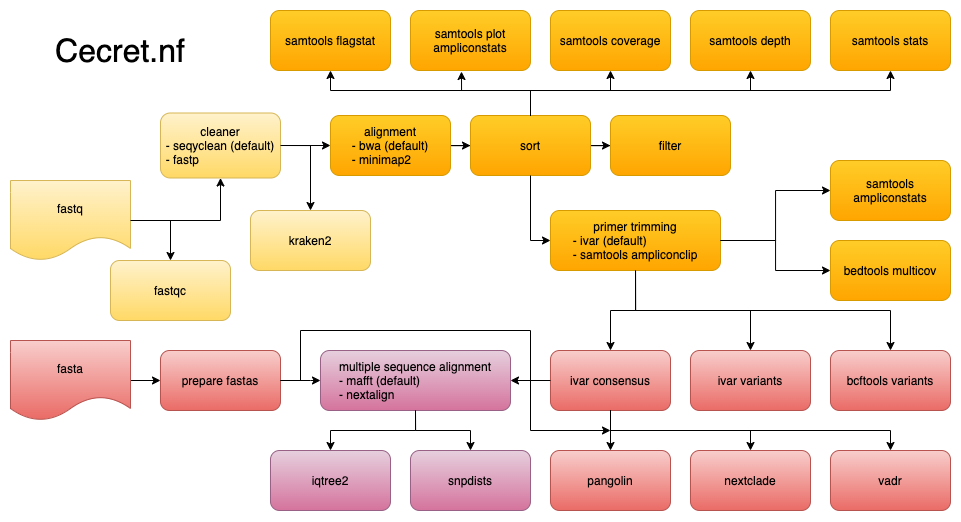
Before: images/Cecret_DAG.drawio.png, a diagram exported from draw.io (UPHL-BioNGS/Cecret). Source tidied: cells renumbered, new cells last; positions are measured from the earlier drawing's top-left corner, leaving out a move shared by most shapes.
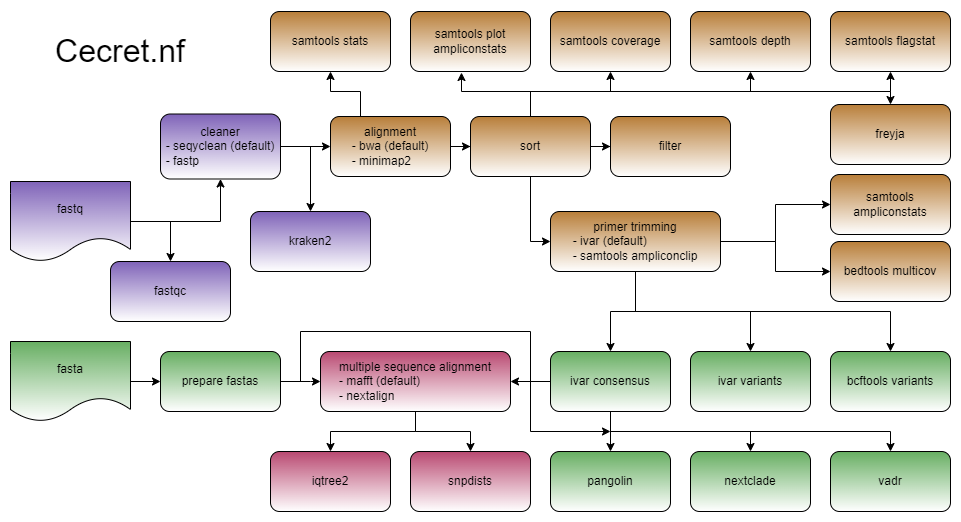
Above is the later version.

Change to the diagram source:
```diff
@@ -5,100 +5,100 @@
     <mxCell id="2" style="edgeStyle=orthogonalEdgeStyle;rounded=0;jettySize=auto;html=1;sketch=0;" parent="1" edge="1" source="3" target="5">
       <mxGeometry relative="1" as="geometry" />
     </mxCell>
-    <mxCell id="3" value="fastq" style="shape=document;whiteSpace=wrap;html=1;boundedLbl=1;strokeColor=#d6b656;fillColor=#fff2cc;gradientColor=#ffd966;sketch=0;" parent="1" vertex="1">
+    <mxCell id="3" value="fastq" style="shape=document;whiteSpace=wrap;html=1;boundedLbl=1;strokeColor=#000000;fillColor=#7f63b8;sketch=0;gradientColor=#FFFFFF;" parent="1" vertex="1">
       <mxGeometry y="170" width="120" height="80" as="geometry" />
     </mxCell>
     <mxCell id="4" style="edgeStyle=orthogonalEdgeStyle;rounded=0;jettySize=auto;html=1;sketch=0;" parent="1" edge="1" source="5" target="7">
       <mxGeometry relative="1" as="geometry" />
     </mxCell>
-    <mxCell id="5" value="cleaner&lt;br style=&quot;font-size: 12px&quot;&gt;&lt;div style=&quot;text-align: left&quot;&gt;&lt;span&gt;- seqyclean (default)&lt;/span&gt;&lt;/div&gt;&lt;div style=&quot;text-align: left&quot;&gt;&lt;span&gt;- fastp&lt;/span&gt;&lt;/div&gt;" style="rounded=1;whiteSpace=wrap;html=1;fontSize=12;fillColor=#fff2cc;strokeColor=#d6b656;gradientColor=#ffd966;glass=0;sketch=0;shadow=0;" parent="1" vertex="1">
+    <mxCell id="5" value="cleaner&lt;br style=&quot;font-size: 12px&quot;&gt;&lt;div style=&quot;text-align: left&quot;&gt;&lt;span&gt;- seqyclean (default)&lt;/span&gt;&lt;/div&gt;&lt;div style=&quot;text-align: left&quot;&gt;&lt;span&gt;- fastp&lt;/span&gt;&lt;/div&gt;" style="rounded=1;whiteSpace=wrap;html=1;fontSize=12;fillColor=#7f63b8;strokeColor=#000000;glass=0;sketch=0;shadow=0;gradientColor=#FFFFFF;" parent="1" vertex="1">
       <mxGeometry x="150" y="102.5" width="120" height="65" as="geometry" />
     </mxCell>
     <mxCell id="6" style="edgeStyle=orthogonalEdgeStyle;rounded=0;jettySize=auto;html=1;fontSize=20;sketch=0;" parent="1" edge="1" source="7" target="14">
       <mxGeometry relative="1" as="geometry" />
     </mxCell>
-    <mxCell id="7" value="alignment&lt;br&gt;&lt;div style=&quot;text-align: left&quot;&gt;&lt;span&gt;- bwa (default)&lt;/span&gt;&lt;/div&gt;&lt;div style=&quot;text-align: left&quot;&gt;&lt;span&gt;- minimap2&lt;/span&gt;&lt;/div&gt;" style="rounded=1;whiteSpace=wrap;html=1;fillColor=#ffcd28;strokeColor=#d79b00;gradientColor=#ffa500;glass=0;sketch=0;shadow=0;" parent="1" vertex="1">
+    <mxCell id="7" value="alignment&lt;br&gt;&lt;div style=&quot;text-align: left&quot;&gt;&lt;span&gt;- bwa (default)&lt;/span&gt;&lt;/div&gt;&lt;div style=&quot;text-align: left&quot;&gt;&lt;span&gt;- minimap2&lt;/span&gt;&lt;/div&gt;" style="rounded=1;whiteSpace=wrap;html=1;fillColor=#b87e39;strokeColor=#000000;glass=0;sketch=0;shadow=0;gradientColor=#FFFFFF;" parent="1" vertex="1">
       <mxGeometry x="320" y="105" width="120" height="60" as="geometry" />
     </mxCell>
     <mxCell id="8" style="edgeStyle=orthogonalEdgeStyle;rounded=0;jettySize=auto;html=1;sketch=0;" parent="1" edge="1" source="9" target="10">
       <mxGeometry relative="1" as="geometry" />
     </mxCell>
-    <mxCell id="9" value="fasta" style="shape=document;whiteSpace=wrap;html=1;boundedLbl=1;fillColor=#f8cecc;strokeColor=#b85450;gradientColor=#ea6b66;sketch=0;" parent="1" vertex="1">
+    <mxCell id="9" value="fasta" style="shape=document;whiteSpace=wrap;html=1;boundedLbl=1;fillColor=#67ae62;strokeColor=#000000;sketch=0;gradientColor=#FFFFFF;" parent="1" vertex="1">
       <mxGeometry y="330" width="120" height="80" as="geometry" />
     </mxCell>
-    <mxCell id="10" value="prepare fastas" style="whiteSpace=wrap;html=1;fillColor=#f8cecc;strokeColor=#b85450;gradientColor=#ea6b66;sketch=0;rounded=1;glass=0;shadow=0;" parent="1" vertex="1">
+    <mxCell id="10" value="prepare fastas" style="whiteSpace=wrap;html=1;fillColor=#67ae62;strokeColor=#000000;sketch=0;rounded=1;glass=0;shadow=0;gradientColor=#FFFFFF;" parent="1" vertex="1">
       <mxGeometry x="150" y="340" width="120" height="60" as="geometry" />
     </mxCell>
     <mxCell id="11" value="Cecret.nf" style="text;html=1;strokeColor=none;fillColor=none;align=center;verticalAlign=middle;whiteSpace=wrap;rounded=0;fontSize=32;sketch=0;strokeWidth=2;" parent="1" vertex="1">
       <mxGeometry x="30" width="160" height="80" as="geometry" />
     </mxCell>
-    <mxCell id="12" value="fastqc" style="rounded=1;whiteSpace=wrap;html=1;fontSize=12;fillColor=#fff2cc;strokeColor=#d6b656;gradientColor=#ffd966;glass=0;sketch=0;shadow=0;" parent="1" vertex="1">
+    <mxCell id="12" value="fastqc" style="rounded=1;whiteSpace=wrap;html=1;fontSize=12;fillColor=#7f63b8;strokeColor=#000000;glass=0;sketch=0;shadow=0;gradientColor=#FFFFFF;" parent="1" vertex="1">
       <mxGeometry x="100" y="250" width="120" height="60" as="geometry" />
     </mxCell>
     <mxCell id="13" style="edgeStyle=orthogonalEdgeStyle;rounded=0;jettySize=auto;html=1;fontSize=20;sketch=0;" parent="1" edge="1" source="14" target="15">
       <mxGeometry relative="1" as="geometry" />
     </mxCell>
-    <mxCell id="14" value="sort" style="whiteSpace=wrap;html=1;rounded=1;fillColor=#ffcd28;strokeColor=#d79b00;gradientColor=#ffa500;glass=0;sketch=0;shadow=0;" parent="1" vertex="1">
+    <mxCell id="14" value="sort" style="whiteSpace=wrap;html=1;rounded=1;fillColor=#b87e39;strokeColor=#000000;glass=0;sketch=0;shadow=0;gradientColor=#FFFFFF;" parent="1" vertex="1">
       <mxGeometry x="460" y="105" width="120" height="60" as="geometry" />
     </mxCell>
-    <mxCell id="15" value="filter" style="whiteSpace=wrap;html=1;rounded=1;fillColor=#ffcd28;strokeColor=#d79b00;gradientColor=#ffa500;glass=0;sketch=0;shadow=0;" parent="1" vertex="1">
+    <mxCell id="15" value="filter" style="whiteSpace=wrap;html=1;rounded=1;fillColor=#b87e39;strokeColor=#000000;glass=0;sketch=0;shadow=0;gradientColor=#FFFFFF;" parent="1" vertex="1">
       <mxGeometry x="600" y="105" width="120" height="60" as="geometry" />
     </mxCell>
     <mxCell id="16" style="edgeStyle=orthogonalEdgeStyle;rounded=0;jettySize=auto;html=1;fontSize=20;entryX=0.5;entryY=0;entryDx=0;entryDy=0;sketch=0;" parent="1" edge="1" source="17" target="18">
       <mxGeometry relative="1" as="geometry" />
     </mxCell>
-    <mxCell id="17" value="primer trimming&lt;br style=&quot;font-size: 12px&quot;&gt;&lt;div style=&quot;text-align: left&quot;&gt;&lt;span&gt;- ivar (default)&lt;/span&gt;&lt;/div&gt;&lt;div style=&quot;text-align: left&quot;&gt;&lt;span&gt;- samtools ampliconclip&lt;/span&gt;&lt;/div&gt;" style="rounded=1;whiteSpace=wrap;html=1;fontSize=12;fillColor=#ffcd28;strokeColor=#d79b00;gradientColor=#ffa500;glass=0;sketch=0;shadow=0;" parent="1" vertex="1">
+    <mxCell id="17" value="primer trimming&lt;br style=&quot;font-size: 12px&quot;&gt;&lt;div style=&quot;text-align: left&quot;&gt;&lt;span&gt;- ivar (default)&lt;/span&gt;&lt;/div&gt;&lt;div style=&quot;text-align: left&quot;&gt;&lt;span&gt;- samtools ampliconclip&lt;/span&gt;&lt;/div&gt;" style="rounded=1;whiteSpace=wrap;html=1;fontSize=12;fillColor=#b87e39;strokeColor=#000000;glass=0;sketch=0;shadow=0;gradientColor=#FFFFFF;" parent="1" vertex="1">
       <mxGeometry x="540" y="200" width="170" height="60" as="geometry" />
     </mxCell>
-    <mxCell id="18" value="ivar variants" style="whiteSpace=wrap;html=1;rounded=1;fontSize=12;fillColor=#f8cecc;strokeColor=#b85450;gradientColor=#ea6b66;glass=0;sketch=0;shadow=0;" parent="1" vertex="1">
+    <mxCell id="18" value="ivar variants" style="whiteSpace=wrap;html=1;rounded=1;fontSize=12;fillColor=#67ae62;strokeColor=#000000;glass=0;sketch=0;shadow=0;gradientColor=#FFFFFF;" parent="1" vertex="1">
       <mxGeometry x="680" y="340" width="120" height="60" as="geometry" />
     </mxCell>
-    <mxCell id="19" value="ivar consensus" style="whiteSpace=wrap;html=1;rounded=1;fontSize=12;fillColor=#f8cecc;strokeColor=#b85450;gradientColor=#ea6b66;glass=0;sketch=0;shadow=0;" parent="1" vertex="1">
+    <mxCell id="19" value="ivar consensus" style="whiteSpace=wrap;html=1;rounded=1;fontSize=12;fillColor=#67ae62;strokeColor=#000000;glass=0;sketch=0;shadow=0;gradientColor=#FFFFFF;" parent="1" vertex="1">
       <mxGeometry x="540" y="340" width="120" height="60" as="geometry" />
     </mxCell>
-    <mxCell id="20" value="bcftools variants" style="whiteSpace=wrap;html=1;rounded=1;fontSize=12;fillColor=#f8cecc;strokeColor=#b85450;gradientColor=#ea6b66;glass=0;sketch=0;shadow=0;" parent="1" vertex="1">
+    <mxCell id="20" value="bcftools variants" style="whiteSpace=wrap;html=1;rounded=1;fontSize=12;fillColor=#67ae62;strokeColor=#000000;glass=0;sketch=0;shadow=0;gradientColor=#FFFFFF;" parent="1" vertex="1">
       <mxGeometry x="820" y="340" width="120" height="60" as="geometry" />
     </mxCell>
-    <mxCell id="21" value="samtools stats" style="rounded=1;whiteSpace=wrap;html=1;fontSize=12;fillColor=#ffcd28;strokeColor=#d79b00;gradientColor=#ffa500;glass=0;sketch=0;shadow=0;" parent="1" vertex="1">
+    <mxCell id="21" value="samtools flagstat" style="rounded=1;whiteSpace=wrap;html=1;fontSize=12;fillColor=#b87e39;strokeColor=#000000;glass=0;sketch=0;shadow=0;gradientColor=#FFFFFF;" parent="1" vertex="1">
       <mxGeometry x="820" width="120" height="60" as="geometry" />
     </mxCell>
-    <mxCell id="22" value="samtools coverage" style="rounded=1;whiteSpace=wrap;html=1;fontSize=12;fillColor=#ffcd28;strokeColor=#d79b00;gradientColor=#ffa500;glass=0;sketch=0;shadow=0;" parent="1" vertex="1">
+    <mxCell id="22" value="samtools coverage" style="rounded=1;whiteSpace=wrap;html=1;fontSize=12;fillColor=#b87e39;strokeColor=#000000;glass=0;sketch=0;shadow=0;gradientColor=#FFFFFF;" parent="1" vertex="1">
       <mxGeometry x="540" width="120" height="60" as="geometry" />
     </mxCell>
-    <mxCell id="23" value="samtools flagstat" style="rounded=1;whiteSpace=wrap;html=1;fontSize=12;fillColor=#ffcd28;strokeColor=#d79b00;gradientColor=#ffa500;sketch=0;glass=0;shadow=0;" parent="1" vertex="1">
+    <mxCell id="23" value="samtools stats" style="rounded=1;whiteSpace=wrap;html=1;fontSize=12;fillColor=#b87e39;strokeColor=#000000;sketch=0;glass=0;shadow=0;gradientColor=#FFFFFF;" parent="1" vertex="1">
       <mxGeometry x="260" width="120" height="60" as="geometry" />
     </mxCell>
-    <mxCell id="24" value="samtools depth" style="rounded=1;whiteSpace=wrap;html=1;fontSize=12;fillColor=#ffcd28;strokeColor=#d79b00;gradientColor=#ffa500;glass=0;sketch=0;shadow=0;" parent="1" vertex="1">
+    <mxCell id="24" value="samtools depth" style="rounded=1;whiteSpace=wrap;html=1;fontSize=12;fillColor=#b87e39;strokeColor=#000000;glass=0;sketch=0;shadow=0;gradientColor=#FFFFFF;" parent="1" vertex="1">
       <mxGeometry x="680" width="120" height="60" as="geometry" />
     </mxCell>
-    <mxCell id="25" value="kraken2" style="rounded=1;whiteSpace=wrap;html=1;fontSize=12;fillColor=#fff2cc;strokeColor=#d6b656;gradientColor=#ffd966;glass=0;sketch=0;shadow=0;" parent="1" vertex="1">
+    <mxCell id="25" value="kraken2" style="rounded=1;whiteSpace=wrap;html=1;fontSize=12;fillColor=#7f63b8;strokeColor=#000000;glass=0;sketch=0;shadow=0;gradientColor=#FFFFFF;" parent="1" vertex="1">
       <mxGeometry x="240" y="200" width="120" height="60" as="geometry" />
     </mxCell>
-    <mxCell id="26" value="bedtools multicov" style="rounded=1;whiteSpace=wrap;html=1;fontSize=12;fillColor=#ffcd28;strokeColor=#d79b00;gradientColor=#ffa500;glass=0;sketch=0;shadow=0;" parent="1" vertex="1">
+    <mxCell id="26" value="bedtools multicov" style="rounded=1;whiteSpace=wrap;html=1;fontSize=12;fillColor=#b87e39;strokeColor=#000000;glass=0;sketch=0;shadow=0;gradientColor=#FFFFFF;" parent="1" vertex="1">
       <mxGeometry x="820" y="230" width="120" height="60" as="geometry" />
     </mxCell>
-    <mxCell id="27" value="samtools ampliconstats" style="rounded=1;whiteSpace=wrap;html=1;fontSize=12;fillColor=#ffcd28;strokeColor=#d79b00;gradientColor=#ffa500;glass=0;sketch=0;shadow=0;" parent="1" vertex="1">
-      <mxGeometry x="820" y="150" width="120" height="60" as="geometry" />
+    <mxCell id="27" value="samtools ampliconstats" style="rounded=1;whiteSpace=wrap;html=1;fontSize=12;fillColor=#b87e39;strokeColor=#000000;glass=0;sketch=0;shadow=0;gradientColor=#FFFFFF;" parent="1" vertex="1">
+      <mxGeometry x="820" y="163" width="120" height="60" as="geometry" />
     </mxCell>
-    <mxCell id="28" value="samtools plot ampliconstats" style="rounded=1;whiteSpace=wrap;html=1;fontSize=12;fillColor=#ffcd28;strokeColor=#d79b00;gradientColor=#ffa500;glass=0;sketch=0;shadow=0;" parent="1" vertex="1">
+    <mxCell id="28" value="samtools plot ampliconstats" style="rounded=1;whiteSpace=wrap;html=1;fontSize=12;fillColor=#b87e39;strokeColor=#000000;glass=0;sketch=0;shadow=0;gradientColor=#FFFFFF;" parent="1" vertex="1">
       <mxGeometry x="400" width="120" height="60" as="geometry" />
     </mxCell>
-    <mxCell id="29" value="pangolin" style="rounded=1;whiteSpace=wrap;html=1;fontSize=12;fillColor=#f8cecc;strokeColor=#b85450;gradientColor=#ea6b66;glass=0;sketch=0;shadow=0;" parent="1" vertex="1">
+    <mxCell id="29" value="pangolin" style="rounded=1;whiteSpace=wrap;html=1;fontSize=12;fillColor=#67ae62;strokeColor=#000000;glass=0;sketch=0;shadow=0;gradientColor=#FFFFFF;" parent="1" vertex="1">
       <mxGeometry x="540" y="440" width="120" height="60" as="geometry" />
     </mxCell>
-    <mxCell id="30" value="nextclade" style="rounded=1;whiteSpace=wrap;html=1;fontSize=12;fillColor=#f8cecc;strokeColor=#b85450;gradientColor=#ea6b66;glass=0;sketch=0;shadow=0;" parent="1" vertex="1">
+    <mxCell id="30" value="nextclade" style="rounded=1;whiteSpace=wrap;html=1;fontSize=12;fillColor=#67ae62;strokeColor=#000000;glass=0;sketch=0;shadow=0;gradientColor=#FFFFFF;" parent="1" vertex="1">
       <mxGeometry x="680" y="440" width="120" height="60" as="geometry" />
     </mxCell>
-    <mxCell id="31" value="vadr" style="rounded=1;whiteSpace=wrap;html=1;fontSize=12;fillColor=#f8cecc;strokeColor=#b85450;gradientColor=#ea6b66;glass=0;sketch=0;shadow=0;" parent="1" vertex="1">
+    <mxCell id="31" value="vadr" style="rounded=1;whiteSpace=wrap;html=1;fontSize=12;fillColor=#67ae62;strokeColor=#000000;glass=0;sketch=0;shadow=0;gradientColor=#FFFFFF;" parent="1" vertex="1">
       <mxGeometry x="820" y="440" width="120" height="60" as="geometry" />
     </mxCell>
-    <mxCell id="32" value="multiple sequence alignment&lt;br&gt;&lt;div style=&quot;text-align: left&quot;&gt;&lt;span&gt;- mafft (default)&lt;/span&gt;&lt;/div&gt;&lt;div style=&quot;text-align: left&quot;&gt;&lt;span&gt;- nextalign&lt;/span&gt;&lt;/div&gt;" style="rounded=1;whiteSpace=wrap;html=1;fontSize=12;fillColor=#e6d0de;strokeColor=#996185;gradientColor=#d5739d;glass=0;sketch=0;shadow=0;" parent="1" vertex="1">
+    <mxCell id="32" value="multiple sequence alignment&lt;br&gt;&lt;div style=&quot;text-align: left&quot;&gt;&lt;span&gt;- mafft (default)&lt;/span&gt;&lt;/div&gt;&lt;div style=&quot;text-align: left&quot;&gt;&lt;span&gt;- nextalign&lt;/span&gt;&lt;/div&gt;" style="rounded=1;whiteSpace=wrap;html=1;fontSize=12;fillColor=#b94971;strokeColor=#000000;glass=0;sketch=0;shadow=0;gradientColor=#FFFFFF;" parent="1" vertex="1">
       <mxGeometry x="310" y="340" width="190" height="60" as="geometry" />
     </mxCell>
-    <mxCell id="33" value="snpdists" style="rounded=1;whiteSpace=wrap;html=1;fontSize=12;fillColor=#e6d0de;strokeColor=#996185;gradientColor=#d5739d;glass=0;sketch=0;shadow=0;" parent="1" vertex="1">
+    <mxCell id="33" value="snpdists" style="rounded=1;whiteSpace=wrap;html=1;fontSize=12;fillColor=#b94971;strokeColor=#000000;glass=0;sketch=0;shadow=0;gradientColor=#FFFFFF;" parent="1" vertex="1">
       <mxGeometry x="400" y="440" width="120" height="60" as="geometry" />
     </mxCell>
-    <mxCell id="34" value="iqtree2" style="rounded=1;whiteSpace=wrap;html=1;fontSize=12;fillColor=#e6d0de;strokeColor=#996185;gradientColor=#d5739d;glass=0;sketch=0;shadow=0;" parent="1" vertex="1">
+    <mxCell id="34" value="iqtree2" style="rounded=1;whiteSpace=wrap;html=1;fontSize=12;fillColor=#b94971;strokeColor=#000000;glass=0;sketch=0;shadow=0;gradientColor=#FFFFFF;" parent="1" vertex="1">
       <mxGeometry x="260" y="440" width="120" height="60" as="geometry" />
     </mxCell>
     <mxCell id="35" style="edgeStyle=orthogonalEdgeStyle;rounded=0;jettySize=auto;html=1;entryX=0.5;entryY=0;entryDx=0;entryDy=0;sketch=0;exitX=1;exitY=0.5;exitDx=0;exitDy=0;" parent="1" edge="1" source="3" target="12">
@@ -108,14 +108,6 @@
         </Array>
       </mxGeometry>
     </mxCell>
-    <mxCell id="36" style="edgeStyle=orthogonalEdgeStyle;rounded=0;jettySize=auto;html=1;exitX=0.5;exitY=0;exitDx=0;exitDy=0;entryX=0.5;entryY=1;entryDx=0;entryDy=0;sketch=0;" parent="1" edge="1" source="14" target="23">
-      <mxGeometry relative="1" as="geometry">
-        <Array as="points">
-          <mxPoint x="520" y="80" />
-          <mxPoint x="320" y="80" />
-        </Array>
-      </mxGeometry>
-    </mxCell>
     <mxCell id="37" style="edgeStyle=orthogonalEdgeStyle;rounded=0;jettySize=auto;html=1;exitX=0.5;exitY=0;exitDx=0;exitDy=0;entryX=0.425;entryY=1.017;entryDx=0;entryDy=0;entryPerimeter=0;sketch=0;" parent="1" edge="1" source="14" target="28">
       <mxGeometry relative="1" as="geometry">
         <Array as="points">
@@ -203,5 +195,26 @@
         </Array>
       </mxGeometry>
     </mxCell>
+    <mxCell id="55" value="freyja" style="rounded=1;whiteSpace=wrap;html=1;fontSize=12;fillColor=#b87e39;strokeColor=#000000;glass=0;sketch=0;shadow=0;gradientColor=#FFFFFF;" parent="1" vertex="1">
+      <mxGeometry x="820" y="93" width="120" height="60" as="geometry" />
+    </mxCell>
+    <mxCell id="56" style="edgeStyle=orthogonalEdgeStyle;rounded=0;jettySize=auto;html=1;exitX=0.5;exitY=0;exitDx=0;exitDy=0;sketch=0;entryX=0.5;entryY=0;entryDx=0;entryDy=0;" parent="1" edge="1" source="14" target="55">
+      <mxGeometry relative="1" as="geometry">
+        <Array as="points">
+          <mxPoint x="520" y="80" />
+          <mxPoint x="880" y="80" />
+        </Array>
+      </mxGeometry>
+    </mxCell>
+    <mxCell id="57" style="edgeStyle=orthogonalEdgeStyle;rounded=0;jettySize=auto;html=1;entryX=0.5;entryY=1;entryDx=0;entryDy=0;sketch=0;exitX=0.5;exitY=0;exitDx=0;exitDy=0;" parent="1" edge="1" source="7" target="23">
+      <mxGeometry relative="1" as="geometry">
+        <Array as="points">
+          <mxPoint x="350" y="105" />
+          <mxPoint x="350" y="80" />
+          <mxPoint x="320" y="80" />
+          <mxPoint x="320" y="60" />
+        </Array>
+      </mxGeometry>
+    </mxCell>
   </root>
 </mxGraphModel>
```
